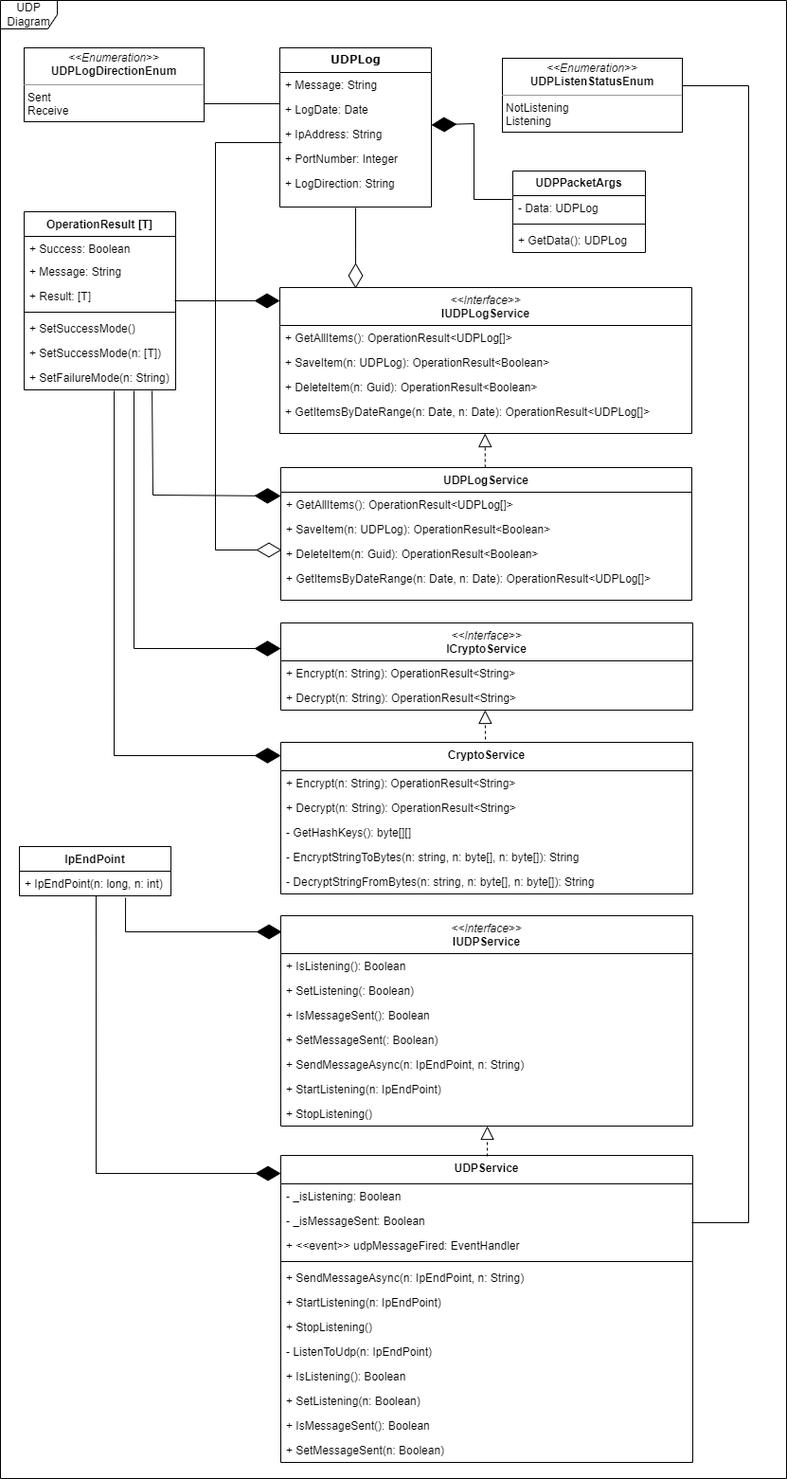
Before: UDPCommunication.UI/Documentation/UMLDiagrams/uml_class_diagram.png, a diagram exported from draw.io (cusfekes/UDPCommunication). Source tidied: cells renumbered, new cells last; positions are measured from the earlier drawing's top-left corner, leaving out a move shared by most shapes.
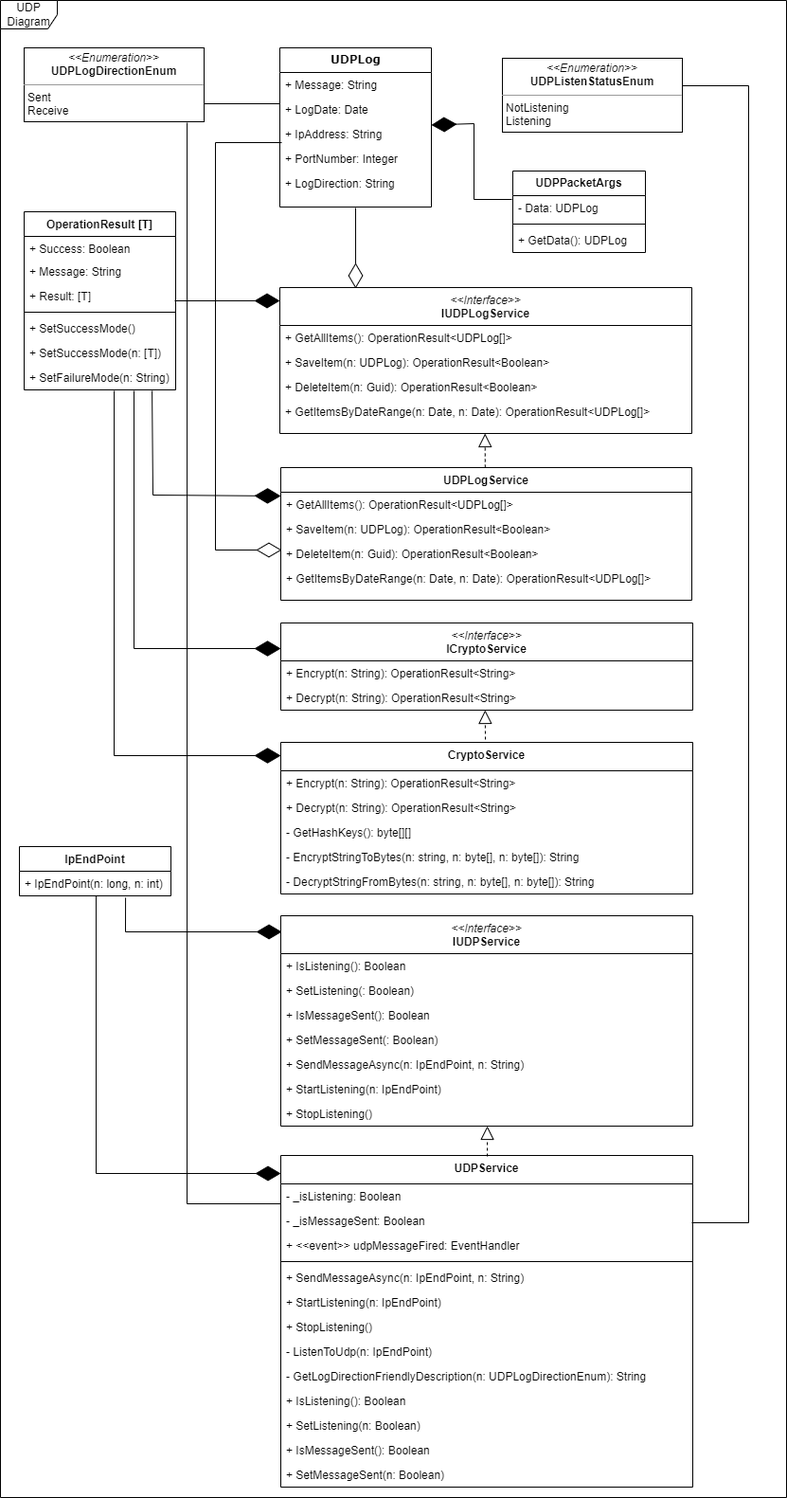
After the change.

The edit, as a diff of the source:
```diff
@@ -35,7 +35,7 @@
       <mxGeometry x="530" y="61" width="190" height="78" as="geometry" />
     </mxCell>
     <mxCell id="12" value="UDP Diagram" style="shape=umlFrame;whiteSpace=wrap;html=1;" parent="1" vertex="1">
-      <mxGeometry width="830" height="1560" as="geometry" />
+      <mxGeometry width="830" height="1580" as="geometry" />
     </mxCell>
     <mxCell id="13" value="&lt;span style=&quot;font-weight: normal;&quot;&gt;&lt;i&gt;&amp;lt;&amp;lt;Interface&amp;gt;&amp;gt;&lt;/i&gt;&lt;/span&gt;&lt;br&gt;IUDPLogService" style="swimlane;fontStyle=1;align=center;verticalAlign=top;horizontal=1;startSize=40;whiteSpace=wrap;html=1;" parent="1" vertex="1">
       <mxGeometry x="295" y="303" width="435" height="154" as="geometry" />
@@ -181,7 +181,7 @@
       <mxGeometry y="196" width="435" height="26" as="geometry" />
     </mxCell>
     <mxCell id="53" value="UDPService" style="swimlane;fontStyle=1;align=center;verticalAlign=top;horizontal=1;startSize=30;whiteSpace=wrap;html=1;" parent="1" vertex="1">
-      <mxGeometry x="296" y="1219" width="435" height="324" as="geometry" />
+      <mxGeometry x="296" y="1219" width="435" height="350" as="geometry" />
     </mxCell>
     <mxCell id="54" style="endArrow=block;dashed=1;endFill=0;endSize=12;html=1;rounded=0;entryX=0.791;entryY=1;entryDx=0;entryDy=0;entryPerimeter=0;" parent="53" edge="1">
       <mxGeometry relative="1" as="geometry">
@@ -213,17 +213,20 @@
     <mxCell id="62" value="- ListenToUdp(n: IpEndPoint)" style="text;strokeColor=none;fillColor=none;align=left;verticalAlign=top;spacingLeft=4;spacingRight=4;overflow=hidden;whiteSpace=wrap;html=1;" parent="53" vertex="1">
       <mxGeometry y="194" width="435" height="26" as="geometry" />
     </mxCell>
+    <mxCell id="80" value="-&amp;nbsp;GetLogDirectionFriendlyDescription(n: UDPLogDirectionEnum): String" style="text;strokeColor=none;fillColor=none;align=left;verticalAlign=top;spacingLeft=4;spacingRight=4;overflow=hidden;whiteSpace=wrap;html=1;" parent="53" vertex="1">
+      <mxGeometry y="220" width="435" height="26" as="geometry" />
+    </mxCell>
     <mxCell id="63" value="+&amp;nbsp;IsListening(): Boolean" style="text;strokeColor=none;fillColor=none;align=left;verticalAlign=top;spacingLeft=4;spacingRight=4;overflow=hidden;whiteSpace=wrap;html=1;" parent="53" vertex="1">
-      <mxGeometry y="220" width="435" height="26" as="geometry" />
+      <mxGeometry y="246" width="435" height="26" as="geometry" />
     </mxCell>
     <mxCell id="64" value="+&amp;nbsp;SetListening(n: Boolean)" style="text;strokeColor=none;fillColor=none;align=left;verticalAlign=top;spacingLeft=4;spacingRight=4;overflow=hidden;whiteSpace=wrap;html=1;" parent="53" vertex="1">
-      <mxGeometry y="246" width="435" height="26" as="geometry" />
+      <mxGeometry y="272" width="435" height="26" as="geometry" />
     </mxCell>
     <mxCell id="65" value="+&amp;nbsp;IsMessageSent(): Boolean" style="text;strokeColor=none;fillColor=none;align=left;verticalAlign=top;spacingLeft=4;spacingRight=4;overflow=hidden;whiteSpace=wrap;html=1;" parent="53" vertex="1">
-      <mxGeometry y="272" width="435" height="26" as="geometry" />
+      <mxGeometry y="298" width="435" height="26" as="geometry" />
     </mxCell>
     <mxCell id="66" value="+&amp;nbsp;SetMessageSent(n: Boolean)" style="text;strokeColor=none;fillColor=none;align=left;verticalAlign=top;spacingLeft=4;spacingRight=4;overflow=hidden;whiteSpace=wrap;html=1;" parent="53" vertex="1">
-      <mxGeometry y="298" width="435" height="26" as="geometry" />
+      <mxGeometry y="324" width="435" height="26" as="geometry" />
     </mxCell>
     <mxCell id="67" value="IpEndPoint" style="swimlane;fontStyle=1;align=center;verticalAlign=top;horizontal=1;startSize=26;whiteSpace=wrap;html=1;" parent="1" vertex="1">
       <mxGeometry x="20" y="893" width="160" height="52" as="geometry" />
@@ -299,5 +302,14 @@
         </Array>
       </mxGeometry>
     </mxCell>
+    <mxCell id="81" style="endArrow=none;html=1;rounded=0;entryX=0.916;entryY=1.013;entryDx=0;entryDy=0;entryPerimeter=0;exitX=0.005;exitY=0.808;exitDx=0;exitDy=0;exitPerimeter=0;" parent="1" edge="1">
+      <mxGeometry relative="1" as="geometry">
+        <mxPoint x="296.2" y="1270" as="sourcePoint" />
+        <mxPoint x="197" y="129" as="targetPoint" />
+        <Array as="points">
+          <mxPoint x="197" y="1270" />
+        </Array>
+      </mxGeometry>
+    </mxCell>
   </root>
 </mxGraphModel>
```
